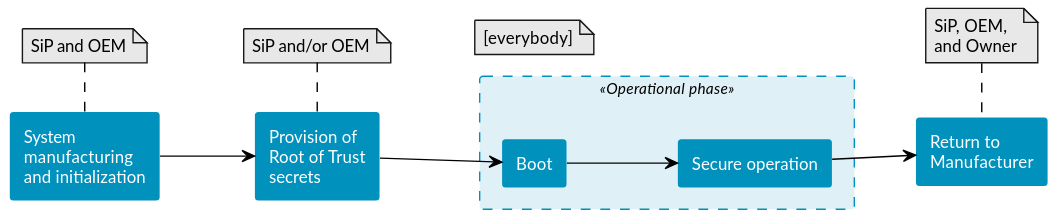
This is doc/storage/figure/lifecycle.svg from ARM-software/psa-api, a PlantUML export, as it was before one commit. Its source is kept beside it as doc/storage/figure/lifecycle.puml. Source of this version:
```plantuml
@startuml

!include atg-spec.pumh
!include atg-dataflow.pumh


skinparam rectangle {
    backgroundColor #ArmMidBlue
    borderColor darkred
    borderThickness 0
    fontColor white
}

skinparam rectangle {
    backgroundColor<<Operational phase>> #0091BD20
    borderColor<<Operational phase>> #ArmMidBlue
    borderstyle<<Operational phase>> dashed
    borderThickness<<Operational phase>> 1
    fontColor<<Operational phase>> black
}

left to right direction

note "SiP and OEM" as n1
rectangle "System\nmanufacturing\nand initialization" as lc1
n1 . lc1

note "SiP and/or OEM" as n2
rectangle "Provision of\nRoot of Trust\nsecrets" as lc2
n2 . lc2

note "[everybody]" as n3

rectangle " " as r3 <<Operational phase>> {
   rectangle "Boot" as lc31
   rectangle "Secure operation" as lc32
}

n3 -[hidden] lc31
note "SiP, OEM,\nand Owner" as n4
rectangle "Return to\nManufacturer" as lc4
n4 . lc4

n1 -[hidden]- n2
lc1 --> lc2

n2 -[hidden]- n3
lc2 --> lc31
lc31 --> lc32

n3 -[hidden]- n4
lc32 --> lc4

@enduml
```
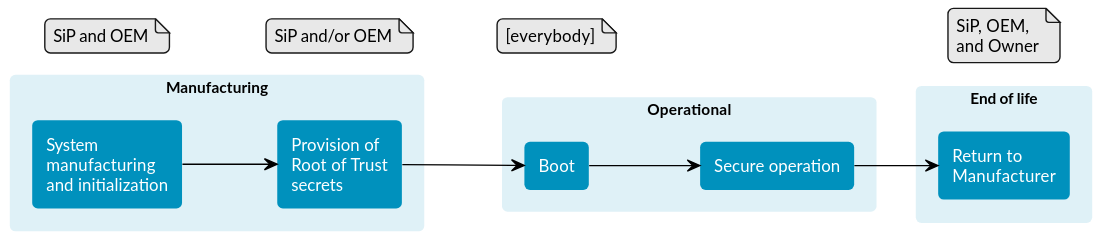
After the commit.

Change to the diagram source:
```diff
@@ -2,7 +2,6 @@
 
 !include atg-spec.pumh
 !include atg-dataflow.pumh
-
 
 skinparam rectangle {
     backgroundColor #ArmMidBlue
@@ -11,44 +10,43 @@
     fontColor white
 }
 
-skinparam rectangle {
-    backgroundColor<<Operational phase>> #0091BD20
-    borderColor<<Operational phase>> #ArmMidBlue
-    borderstyle<<Operational phase>> dashed
-    borderThickness<<Operational phase>> 1
-    fontColor<<Operational phase>> black
+skinparam card {
+    backgroundColor #0091BD20
+    borderColor #ArmMidBlue
+    borderThickness 0
+    fontColor black
 }
 
 left to right direction
 
 note "SiP and OEM" as n1
-rectangle "System\nmanufacturing\nand initialization" as lc1
-n1 . lc1
+note "SiP and/or OEM" as n2
+note "[everybody]" as n3
+label " " as n4
+note "SiP, OEM,\nand Owner" as n5
 
-note "SiP and/or OEM" as n2
-rectangle "Provision of\nRoot of Trust\nsecrets" as lc2
-n2 . lc2
-
-note "[everybody]" as n3
-
-rectangle " " as r3 <<Operational phase>> {
-   rectangle "Boot" as lc31
-   rectangle "Secure operation" as lc32
+card "Manufacturing" as r1 {
+   rectangle "System\nmanufacturing\nand initialization" as lc1
+   rectangle "Provision of\nRoot of Trust\nsecrets" as lc2
+}
+card "Operational" as r3 {
+   rectangle "Boot" as lc3
+   rectangle "Secure operation" as lc4
+}
+card "End of life" as r5 {
+   rectangle "Return to\nManufacturer" as lc5
 }
 
-n3 -[hidden] lc31
-note "SiP, OEM,\nand Owner" as n4
-rectangle "Return to\nManufacturer" as lc4
-n4 . lc4
+lc1 --> lc2
+lc2 --> lc3
+lc3 --> lc4
+lc4 --> lc5
 
 n1 -[hidden]- n2
-lc1 --> lc2
+n2 -[hidden]- n3
+n3 -[hidden]- n4
+n4 -[hidden]- n5
 
-n2 -[hidden]- n3
-lc2 --> lc31
-lc31 --> lc32
-
-n3 -[hidden]- n4
-lc32 --> lc4
+lc1 -[hidden] n1
 
 @enduml
```
